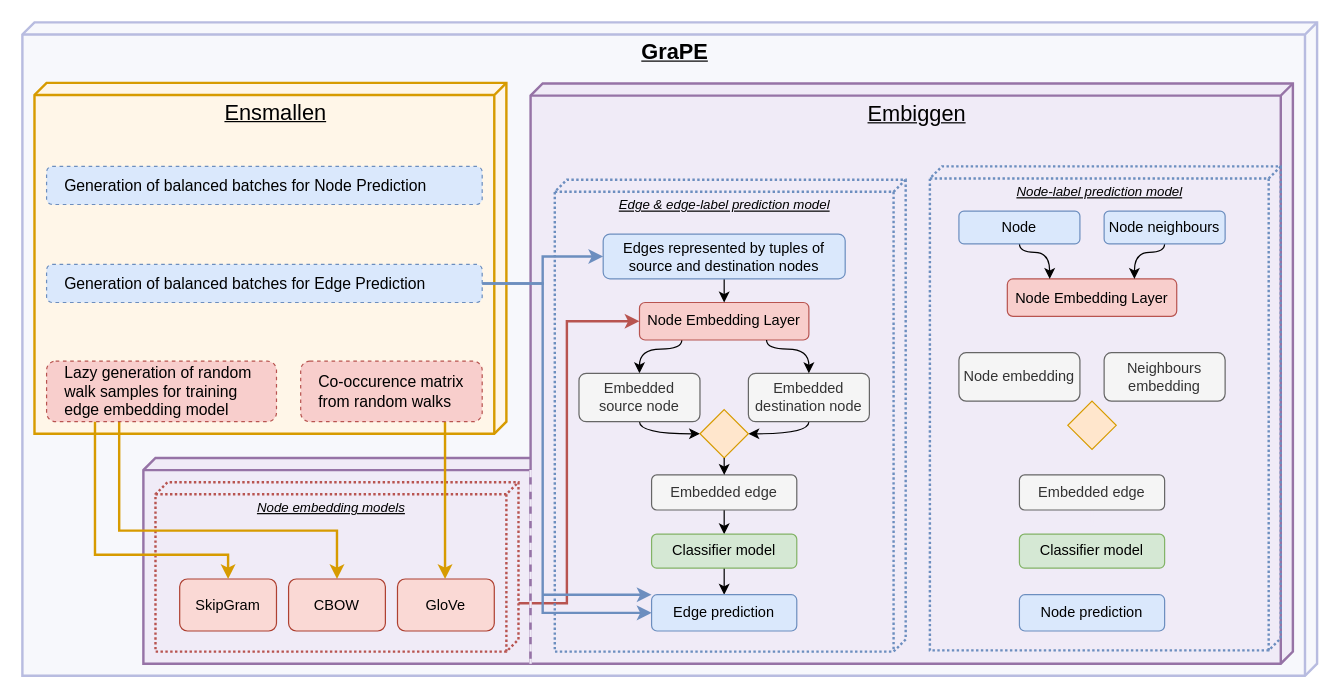
Above: drawio/link_prediction_model.drawio in monarch-initiative/embiggen (draw.io), before the change. Source tidied: cells renumbered, new cells numbered last; positions are measured from the earlier drawing's top-left corner, leaving out a move shared by most shapes. Both pictures are drawn from the tidied source at 121%, with x=0, y=0 at pixel (22, 22).
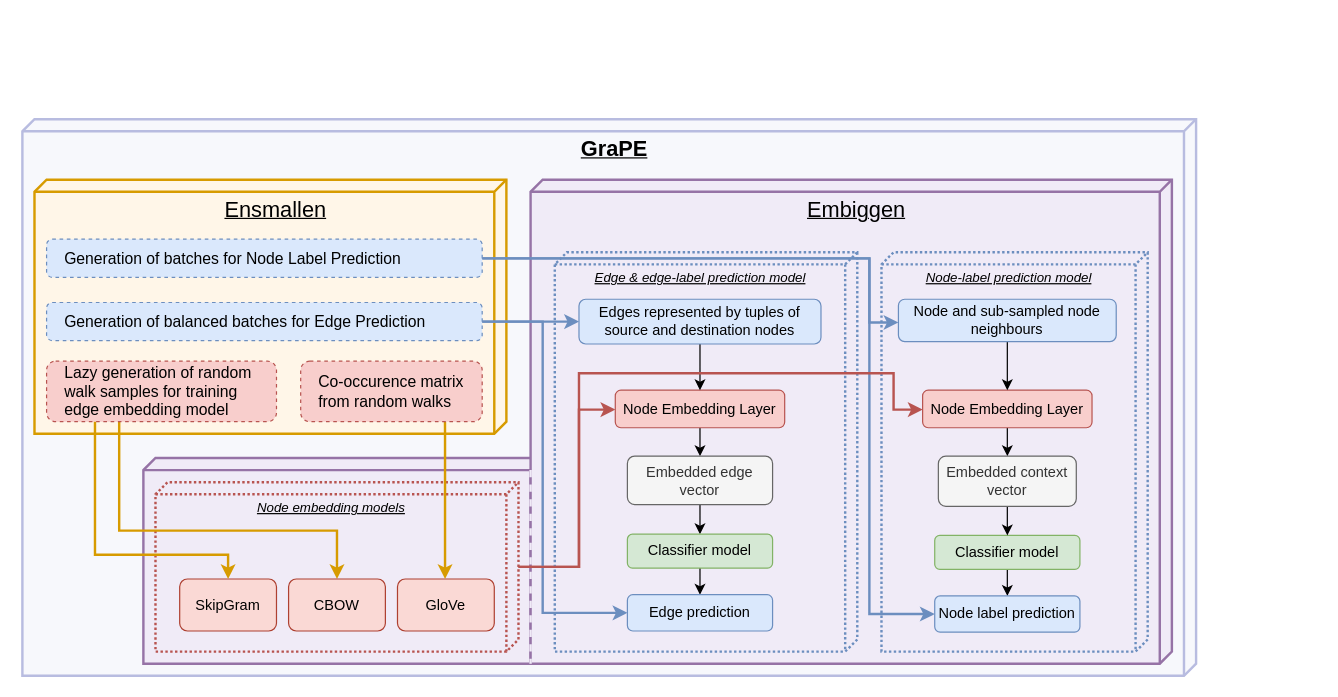
Above is the later version.

The change refers to these unchanged cells:
```xml
<mxCell id="3" style="verticalAlign=top;align=center;spacingTop=8;spacingLeft=20;spacingRight=12;shape=cube;size=10;direction=south;fontStyle=4;html=1;strokeColor=#9673a6;strokeWidth=2;fillColor=#F0EBF7;" parent="1" vertex="1">
  <mxGeometry x="100" y="360" width="330" height="170" as="geometry" />
</mxCell>
<mxCell id="6" value="&lt;font style=&quot;font-size: 11px&quot;&gt;&lt;i&gt;Node embedding models&lt;/i&gt;&lt;/font&gt;" style="verticalAlign=top;align=center;spacingTop=8;spacingLeft=2;spacingRight=12;shape=cube;size=10;direction=south;fontStyle=4;html=1;strokeWidth=2;strokeColor=#b85450;fillColor=none;fontSize=11;dashed=1;dashPattern=1 1;" parent="1" vertex="1">
  <mxGeometry x="110" y="380" width="300" height="140" as="geometry" />
</mxCell>
```

Change to the diagram source:
```diff
@@
     <mxCell id="2" value="&lt;font style=&quot;font-size: 18px&quot;&gt;&lt;b&gt;GraPE&lt;/b&gt;&lt;/font&gt;" style="verticalAlign=top;align=center;spacingTop=8;spacingLeft=20;spacingRight=12;shape=cube;size=10;direction=south;fontStyle=4;html=1;strokeWidth=2;fillColor=#F7F8FC;strokeColor=#B8BCE0;" parent="1" vertex="1">
-      <mxGeometry width="1070" height="540" as="geometry" />
+      <mxGeometry y="80" width="970" height="460" as="geometry" />
     </mxCell>
@@
     <mxCell id="4" value="&lt;font style=&quot;font-size: 18px&quot;&gt;Embiggen&lt;/font&gt;" style="verticalAlign=top;align=center;spacingTop=8;spacingLeft=20;spacingRight=12;shape=cube;size=10;direction=south;fontStyle=4;html=1;strokeColor=#9673a6;strokeWidth=2;fillColor=#F0EBF7;" parent="1" vertex="1">
-      <mxGeometry x="420" y="50.5" width="630" height="479.5" as="geometry" />
+      <mxGeometry x="420" y="130" width="530" height="400" as="geometry" />
     </mxCell>
-    <mxCell id="5" style="edgeStyle=orthogonalEdgeStyle;rounded=0;jettySize=auto;html=1;strokeColor=#b85450;strokeWidth=2;elbow=vertical;fillColor=#f8cecc;" parent="1" edge="1" source="6" target="13">
+    <mxCell id="5" style="edgeStyle=orthogonalEdgeStyle;rounded=0;jettySize=auto;html=1;strokeWidth=2;fillColor=#f8cecc;strokeColor=#b85450;" parent="1" edge="1" source="6" target="13">
       <mxGeometry relative="1" as="geometry">
         <Array as="points">
-          <mxPoint x="450" y="480" />
-          <mxPoint x="450" y="247" />
+          <mxPoint x="460" y="450" />
+          <mxPoint x="460" y="320" />
         </Array>
       </mxGeometry>
     </mxCell>
@@
     <mxCell id="7" value="&lt;font style=&quot;font-size: 11px&quot;&gt;&lt;i&gt;Edge &amp;amp; edge-label prediction model&lt;/i&gt;&lt;/font&gt;" style="verticalAlign=top;align=center;spacingTop=8;spacingLeft=2;spacingRight=12;shape=cube;size=10;direction=south;fontStyle=4;html=1;strokeWidth=2;fontSize=11;dashed=1;dashPattern=1 1;strokeColor=#6c8ebf;fillColor=none;" parent="1" vertex="1">
-      <mxGeometry x="440" y="130" width="290" height="390" as="geometry" />
+      <mxGeometry x="440" y="190" width="250" height="330" as="geometry" />
     </mxCell>
     <mxCell id="8" value="&lt;font style=&quot;font-size: 18px&quot;&gt;Ensmallen&lt;/font&gt;" style="verticalAlign=top;align=center;spacingTop=8;spacingLeft=20;spacingRight=12;shape=cube;size=10;direction=south;fontStyle=4;html=1;strokeColor=#d79b00;strokeWidth=2;fillColor=#FFF6E8;" parent="1" vertex="1">
-      <mxGeometry x="10" y="50" width="390" height="290" as="geometry" />
+      <mxGeometry x="10" y="130" width="390" height="210" as="geometry" />
     </mxCell>
-    <mxCell id="9" style="edgeStyle=orthogonalEdgeStyle;rounded=0;jettySize=auto;html=1;fillColor=#dae8fc;strokeColor=#6c8ebf;strokeWidth=2;" parent="1" edge="1" source="11" target="15">
-      <mxGeometry relative="1" as="geometry" />
-    </mxCell>
-    <mxCell id="10" style="edgeStyle=orthogonalEdgeStyle;rounded=0;jettySize=auto;html=1;strokeWidth=2;fillColor=#dae8fc;strokeColor=#6c8ebf;" parent="1" edge="1" source="3" target="27">
-      <mxGeometry relative="1" as="geometry">
-        <Array as="points">
-          <mxPoint x="430" y="488" />
-        </Array>
-      </mxGeometry>
-    </mxCell>
     <mxCell id="11" value="&lt;span style=&quot;font-family: &amp;#34;helvetica&amp;#34; ; font-size: 13px&quot;&gt;Generation of balanced batches for Edge Prediction&lt;/span&gt;" style="rounded=1;whiteSpace=wrap;html=1;dashed=1;strokeColor=#6c8ebf;strokeWidth=1;fillColor=#dae8fc;align=left;spacingLeft=13;verticalAlign=middle;spacingRight=13;" parent="1" vertex="1">
-      <mxGeometry x="20" y="200" width="360" height="31.5" as="geometry" />
+      <mxGeometry x="20" y="231.5" width="360" height="31.5" as="geometry" />
     </mxCell>
-    <mxCell id="12" style="edgeStyle=orthogonalEdgeStyle;curved=1;rounded=0;jettySize=auto;html=1;fillColor=#d5e8d4;entryX=0.5;entryY=0;entryDx=0;entryDy=0;exitX=0.25;exitY=1;exitDx=0;exitDy=0;" parent="1" edge="1" source="13" target="21">
-      <mxGeometry relative="1" as="geometry">
-        <Array as="points">
-          <mxPoint x="545" y="270" />
-          <mxPoint x="510" y="270" />
-        </Array>
-      </mxGeometry>
-    </mxCell>
+    <mxCell id="52" style="edgeStyle=orthogonalEdgeStyle;rounded=0;jettySize=auto;html=1;" parent="1" edge="1" source="13" target="17">
+      <mxGeometry relative="1" as="geometry" />
+    </mxCell>
     <mxCell id="13" value="Node Embedding Layer" style="rounded=1;whiteSpace=wrap;html=1;fillColor=#f8cecc;strokeColor=#b85450;" parent="1" vertex="1">
-      <mxGeometry x="510" y="231.5" width="140" height="31" as="geometry" />
+      <mxGeometry x="490" y="304" width="140" height="31" as="geometry" />
     </mxCell>
@@
     <mxCell id="15" value="Edges represented by tuples of source and destination nodes" style="rounded=1;whiteSpace=wrap;html=1;fillColor=#dae8fc;strokeColor=#6c8ebf;" parent="1" vertex="1">
-      <mxGeometry x="480" y="175" width="200" height="37" as="geometry" />
+      <mxGeometry x="460" y="228.8" width="200" height="37" as="geometry" />
     </mxCell>
@@
-    <mxCell id="17" value="Embedded edge" style="rounded=1;whiteSpace=wrap;html=1;fillColor=#f5f5f5;strokeColor=#666666;fontColor=#333333;" parent="1" vertex="1">
-      <mxGeometry x="520" y="374" width="120" height="29" as="geometry" />
+    <mxCell id="17" value="Embedded edge vector" style="rounded=1;whiteSpace=wrap;html=1;fillColor=#f5f5f5;strokeColor=#666666;fontColor=#333333;" parent="1" vertex="1">
+      <mxGeometry x="500" y="358.5" width="120" height="40" as="geometry" />
     </mxCell>
@@
     <mxCell id="19" value="Classifier model" style="rounded=1;whiteSpace=wrap;html=1;fillColor=#d5e8d4;strokeColor=#82b366;" parent="1" vertex="1">
-      <mxGeometry x="520" y="423" width="120" height="28" as="geometry" />
+      <mxGeometry x="500" y="423" width="120" height="28" as="geometry" />
     </mxCell>
-    <mxCell id="20" style="edgeStyle=orthogonalEdgeStyle;curved=1;rounded=0;jettySize=auto;html=1;entryX=0;entryY=0.5;entryDx=0;entryDy=0;" parent="1" edge="1" source="21" target="25">
+    <mxCell id="20" style="edgeStyle=orthogonalEdgeStyle;curved=1;rounded=0;orthogonalLoop=1;jettySize=auto;html=1;entryX=0;entryY=0.5;entryDx=0;entryDy=0;" parent="1" edge="1">
       <mxGeometry relative="1" as="geometry">
+        <mxPoint x="560" y="340" as="targetPoint" />
         <Array as="points">
           <mxPoint x="510" y="340" />
         </Array>
       </mxGeometry>
     </mxCell>
-    <mxCell id="21" value="Embedded&lt;br&gt;source node" style="rounded=1;whiteSpace=wrap;html=1;fillColor=#f5f5f5;strokeColor=#666666;fontColor=#333333;" parent="1" vertex="1">
-      <mxGeometry x="460" y="290" width="100" height="40" as="geometry" />
-    </mxCell>
-    <mxCell id="22" style="edgeStyle=orthogonalEdgeStyle;curved=1;rounded=0;jettySize=auto;html=1;entryX=1;entryY=0.5;entryDx=0;entryDy=0;" parent="1" edge="1" source="23" target="25">
+    <mxCell id="22" style="edgeStyle=orthogonalEdgeStyle;curved=1;rounded=0;orthogonalLoop=1;jettySize=auto;html=1;entryX=1;entryY=0.5;entryDx=0;entryDy=0;" parent="1" edge="1">
       <mxGeometry relative="1" as="geometry">
+        <mxPoint x="600" y="340" as="targetPoint" />
         <Array as="points">
           <mxPoint x="650" y="340" />
         </Array>
       </mxGeometry>
     </mxCell>
-    <mxCell id="23" value="Embedded destination node" style="rounded=1;whiteSpace=wrap;html=1;fillColor=#f5f5f5;strokeColor=#666666;fontColor=#333333;" parent="1" vertex="1">
-      <mxGeometry x="600" y="290" width="100" height="40" as="geometry" />
-    </mxCell>
-    <mxCell id="24" style="edgeStyle=orthogonalEdgeStyle;rounded=0;jettySize=auto;html=1;curved=1;fillColor=#d5e8d4;exitX=0.75;exitY=1;exitDx=0;exitDy=0;" parent="1" edge="1" source="13" target="23">
-      <mxGeometry relative="1" as="geometry">
-        <Array as="points">
-          <mxPoint x="615" y="270" />
-          <mxPoint x="650" y="270" />
-        </Array>
-      </mxGeometry>
-    </mxCell>
-    <mxCell id="25" style="shape=rhombus;html=1;verticalLabelPosition=top;verticalAlignment=bottom;fillColor=#ffe6cc;strokeColor=#d79b00;" parent="1" vertex="1">
-      <mxGeometry x="560" y="320" width="40" height="40" as="geometry" />
-    </mxCell>
-    <mxCell id="26" style="endArrow=classic;html=1;exitX=0.5;exitY=1;exitDx=0;exitDy=0;" parent="1" edge="1" source="25" target="17">
-      <mxGeometry relative="1" as="geometry" />
-    </mxCell>
     <mxCell id="27" value="Edge prediction" style="rounded=1;whiteSpace=wrap;html=1;fillColor=#dae8fc;strokeColor=#6c8ebf;" parent="1" vertex="1">
-      <mxGeometry x="520" y="473" width="120" height="30" as="geometry" />
+      <mxGeometry x="500" y="473" width="120" height="30" as="geometry" />
     </mxCell>
@@
     <mxCell id="37" value="&lt;font style=&quot;font-size: 11px&quot;&gt;&lt;i&gt;Node-label prediction model&lt;/i&gt;&lt;/font&gt;" style="verticalAlign=top;align=center;spacingTop=8;spacingLeft=2;spacingRight=12;shape=cube;size=10;direction=south;fontStyle=4;html=1;strokeWidth=2;fontSize=11;dashed=1;dashPattern=1 1;strokeColor=#6c8ebf;fillColor=none;" parent="1" vertex="1">
-      <mxGeometry x="750" y="119" width="290" height="400" as="geometry" />
+      <mxGeometry x="710" y="190" width="220" height="330" as="geometry" />
     </mxCell>
+    <mxCell id="53" style="edgeStyle=orthogonalEdgeStyle;rounded=0;jettySize=auto;html=1;" parent="1" edge="1" source="38" target="46">
+      <mxGeometry relative="1" as="geometry" />
+    </mxCell>
     <mxCell id="38" value="Node Embedding Layer" style="rounded=1;whiteSpace=wrap;html=1;fillColor=#f8cecc;strokeColor=#b85450;" parent="1" vertex="1">
-      <mxGeometry x="814" y="212" width="140" height="31" as="geometry" />
+      <mxGeometry x="744" y="304" width="140" height="31" as="geometry" />
     </mxCell>
-    <mxCell id="39" style="edgeStyle=orthogonalEdgeStyle;rounded=0;jettySize=auto;html=1;entryX=0.25;entryY=0;entryDx=0;entryDy=0;curved=1;" parent="1" edge="1" source="40" target="38">
-      <mxGeometry relative="1" as="geometry">
-        <Array as="points">
-          <mxPoint x="824" y="190" />
-          <mxPoint x="849" y="190" />
-        </Array>
-      </mxGeometry>
-    </mxCell>
-    <mxCell id="40" value="Node" style="rounded=1;whiteSpace=wrap;html=1;fillColor=#dae8fc;strokeColor=#6c8ebf;" parent="1" vertex="1">
-      <mxGeometry x="774" y="156" width="100" height="27" as="geometry" />
-    </mxCell>
-    <mxCell id="41" style="edgeStyle=orthogonalEdgeStyle;curved=1;rounded=0;jettySize=auto;html=1;entryX=0.75;entryY=0;entryDx=0;entryDy=0;" parent="1" edge="1" source="42" target="38">
-      <mxGeometry relative="1" as="geometry">
-        <Array as="points">
-          <mxPoint x="944" y="190" />
-          <mxPoint x="919" y="190" />
-        </Array>
-      </mxGeometry>
+    <mxCell id="41" style="edgeStyle=orthogonalEdgeStyle;rounded=0;jettySize=auto;html=1;" parent="1" edge="1" source="42" target="38">
+      <mxGeometry relative="1" as="geometry" />
     </mxCell>
-    <mxCell id="42" value="Node neighbours" style="rounded=1;whiteSpace=wrap;html=1;fillColor=#dae8fc;strokeColor=#6c8ebf;" parent="1" vertex="1">
-      <mxGeometry x="894" y="156" width="100" height="27" as="geometry" />
+    <mxCell id="42" value="Node and sub-sampled node neighbours" style="rounded=1;whiteSpace=wrap;html=1;fillColor=#dae8fc;strokeColor=#6c8ebf;" parent="1" vertex="1">
+      <mxGeometry x="724" y="228.8" width="180" height="35" as="geometry" />
     </mxCell>
-    <mxCell id="43" style="edgeStyle=orthogonalEdgeStyle;rounded=0;jettySize=auto;html=1;dashed=1;strokeColor=#F0EBF7;strokeWidth=2;" parent="1" edge="1" source="44" target="45">
-      <mxGeometry relative="1" as="geometry" />
+    <mxCell id="43" style="edgeStyle=orthogonalEdgeStyle;rounded=0;jettySize=auto;html=1;dashed=1;strokeColor=#F0EBF7;strokeWidth=2;" parent="1" edge="1" target="45">
+      <mxGeometry relative="1" as="geometry">
+        <mxPoint x="884" y="403" as="sourcePoint" />
+      </mxGeometry>
     </mxCell>
-    <mxCell id="44" value="Embedded edge" style="rounded=1;whiteSpace=wrap;html=1;fillColor=#f5f5f5;strokeColor=#666666;fontColor=#333333;" parent="1" vertex="1">
-      <mxGeometry x="824" y="374" width="120" height="29" as="geometry" />
-    </mxCell>
+    <mxCell id="54" style="edgeStyle=orthogonalEdgeStyle;rounded=0;jettySize=auto;html=1;" parent="1" edge="1" source="45" target="49">
+      <mxGeometry relative="1" as="geometry" />
+    </mxCell>
     <mxCell id="45" value="Classifier model" style="rounded=1;whiteSpace=wrap;html=1;fillColor=#d5e8d4;strokeColor=#82b366;" parent="1" vertex="1">
-      <mxGeometry x="824" y="423" width="120" height="28" as="geometry" />
+      <mxGeometry x="754" y="424" width="120" height="28" as="geometry" />
     </mxCell>
+    <mxCell id="55" style="edgeStyle=orthogonalEdgeStyle;rounded=0;jettySize=auto;html=1;" parent="1" edge="1" source="46" target="45">
+      <mxGeometry relative="1" as="geometry" />
+    </mxCell>
-    <mxCell id="46" value="Node embedding" style="rounded=1;whiteSpace=wrap;html=1;fillColor=#f5f5f5;strokeColor=#666666;fontColor=#333333;" parent="1" vertex="1">
-      <mxGeometry x="774" y="273" width="100" height="40" as="geometry" />
+    <mxCell id="46" value="Embedded context vector" style="rounded=1;whiteSpace=wrap;html=1;fillColor=#f5f5f5;strokeColor=#666666;fontColor=#333333;" parent="1" vertex="1">
+      <mxGeometry x="757" y="358.5" width="114" height="41.5" as="geometry" />
     </mxCell>
-    <mxCell id="47" value="Neighbours embedding" style="rounded=1;whiteSpace=wrap;html=1;fillColor=#f5f5f5;strokeColor=#666666;fontColor=#333333;" parent="1" vertex="1">
-      <mxGeometry x="894" y="273" width="100" height="40" as="geometry" />
-    </mxCell>
-    <mxCell id="48" style="shape=rhombus;html=1;verticalLabelPosition=top;verticalAlignment=bottom;fillColor=#ffe6cc;strokeColor=#d79b00;" parent="1" vertex="1">
-      <mxGeometry x="864" y="313" width="40" height="40" as="geometry" />
-    </mxCell>
-    <mxCell id="49" value="Node prediction" style="rounded=1;whiteSpace=wrap;html=1;fillColor=#dae8fc;strokeColor=#6c8ebf;" parent="1" vertex="1">
-      <mxGeometry x="824" y="473" width="120" height="30" as="geometry" />
+    <mxCell id="49" value="Node label prediction" style="rounded=1;whiteSpace=wrap;html=1;fillColor=#dae8fc;strokeColor=#6c8ebf;" parent="1" vertex="1">
+      <mxGeometry x="754" y="474" width="120" height="30" as="geometry" />
     </mxCell>
+    <mxCell id="56" style="edgeStyle=orthogonalEdgeStyle;rounded=0;jettySize=auto;html=1;strokeWidth=2;fillColor=#dae8fc;strokeColor=#6c8ebf;" parent="1" edge="1" source="50" target="42">
+      <mxGeometry relative="1" as="geometry">
+        <Array as="points">
+          <mxPoint x="700" y="195" />
+          <mxPoint x="700" y="248" />
+        </Array>
+      </mxGeometry>
+    </mxCell>
-    <mxCell id="50" value="&lt;span style=&quot;font-family: &amp;#34;helvetica&amp;#34; ; font-size: 13px&quot;&gt;Generation of balanced batches for Node Prediction&lt;/span&gt;" style="rounded=1;whiteSpace=wrap;html=1;dashed=1;strokeColor=#6c8ebf;strokeWidth=1;fillColor=#dae8fc;align=left;spacingLeft=13;verticalAlign=middle;spacingRight=13;" parent="1" vertex="1">
-      <mxGeometry x="20" y="119" width="360" height="31.5" as="geometry" />
+    <mxCell id="50" value="&lt;span style=&quot;font-family: &amp;#34;helvetica&amp;#34; ; font-size: 13px&quot;&gt;Generation of batches for Node Label Prediction&lt;/span&gt;" style="rounded=1;whiteSpace=wrap;html=1;dashed=1;strokeColor=#6c8ebf;strokeWidth=1;fillColor=#dae8fc;align=left;spacingLeft=13;verticalAlign=middle;spacingRight=13;" parent="1" vertex="1">
+      <mxGeometry x="20" y="179.2" width="360" height="31.5" as="geometry" />
     </mxCell>
+    <mxCell id="57" style="edgeStyle=orthogonalEdgeStyle;rounded=0;jettySize=auto;html=1;strokeWidth=2;fillColor=#dae8fc;strokeColor=#6c8ebf;" parent="1" edge="1" source="50" target="49">
+      <mxGeometry relative="1" as="geometry">
+        <Array as="points">
+          <mxPoint x="700" y="195" />
+          <mxPoint x="700" y="489" />
+        </Array>
+      </mxGeometry>
+    </mxCell>
     <mxCell id="51" style="edgeStyle=orthogonalEdgeStyle;rounded=0;jettySize=auto;html=1;strokeWidth=2;fillColor=#dae8fc;strokeColor=#6c8ebf;" parent="1" edge="1" source="11" target="27">
       <mxGeometry relative="1" as="geometry">
         <Array as="points">
-          <mxPoint x="430" y="216" />
+          <mxPoint x="430" y="247" />
           <mxPoint x="430" y="488" />
         </Array>
       </mxGeometry>
     </mxCell>
+    <mxCell id="9" style="edgeStyle=orthogonalEdgeStyle;rounded=0;jettySize=auto;html=1;strokeWidth=2;fillColor=#dae8fc;strokeColor=#6c8ebf;" parent="1" edge="1" source="11" target="15">
+      <mxGeometry relative="1" as="geometry" />
+    </mxCell>
+    <mxCell id="58" style="edgeStyle=orthogonalEdgeStyle;rounded=0;jettySize=auto;html=1;strokeWidth=2;fillColor=#f8cecc;strokeColor=#b85450;" parent="1" edge="1" source="6" target="38">
+      <mxGeometry relative="1" as="geometry">
+        <Array as="points">
+          <mxPoint x="460" y="450" />
+          <mxPoint x="460" y="290" />
+          <mxPoint x="720" y="290" />
+          <mxPoint x="720" y="320" />
+        </Array>
+      </mxGeometry>
+    </mxCell>
```
